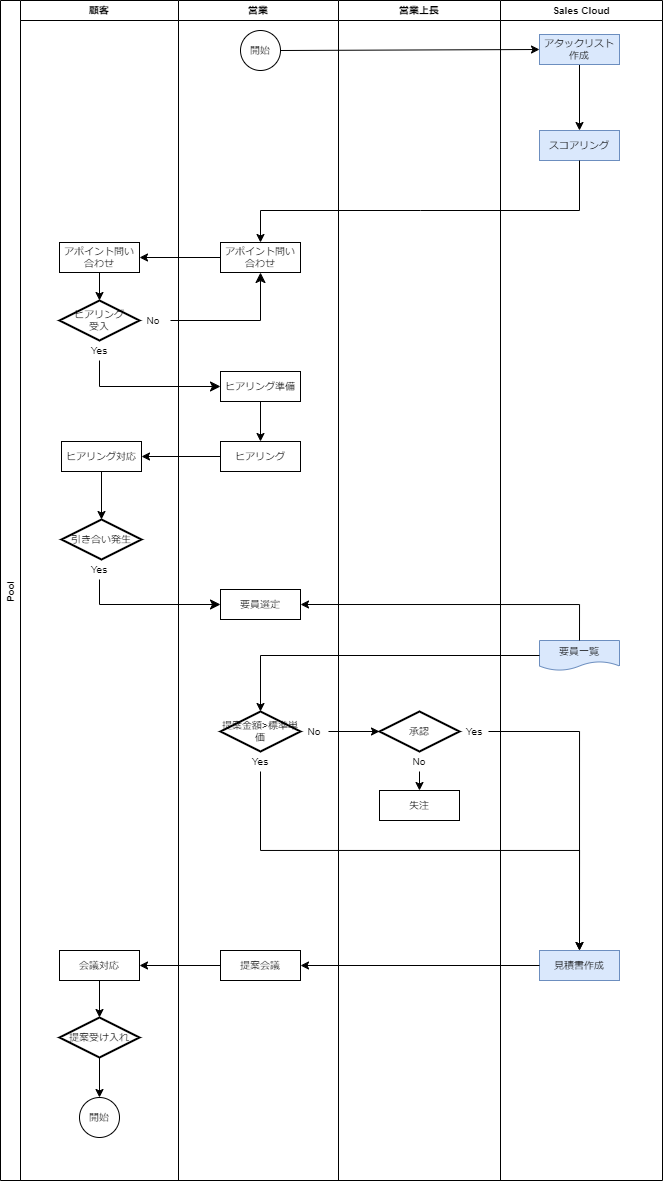
Above: ToBeワークフロー図_堀田20230613.drawio.png in TaikiHorita/TaikiRepository (draw.io), before the change. Source tidied: cells renumbered, new cells last; positions are measured from the earlier drawing's top-left corner, leaving out a move shared by most shapes.
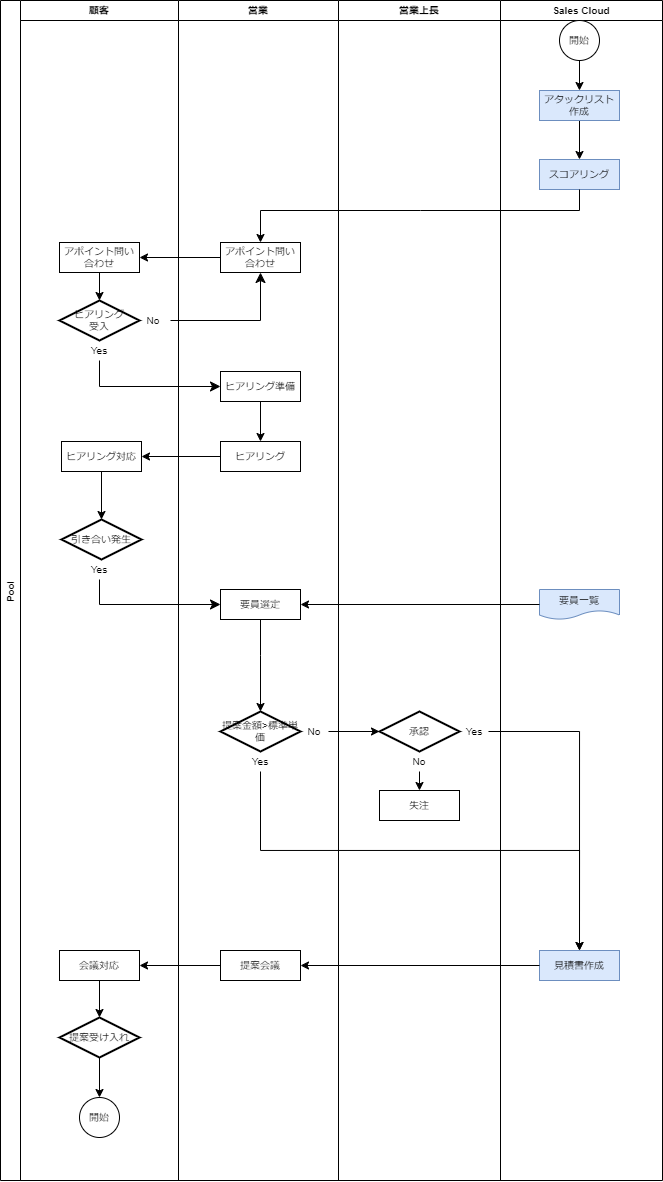
After the change.

Commit message:
ToBeワークフロー図_堀田20230613.drawio.png を更新します

The edit, as a diff of the source:
```diff
@@ -53,9 +53,6 @@
     <mxCell id="18" value="営業" style="swimlane;startSize=20;fontSize=10;" parent="2" vertex="1">
       <mxGeometry x="178" width="160" height="1180" as="geometry" />
     </mxCell>
-    <mxCell id="19" value="開始" style="ellipse;whiteSpace=wrap;html=1;fontSize=10;" parent="18" vertex="1">
-      <mxGeometry x="62" y="30" width="40" height="40" as="geometry" />
-    </mxCell>
     <mxCell id="20" value="アポイント問い合わせ" style="rounded=0;whiteSpace=wrap;html=1;fontSize=10;" parent="18" vertex="1">
       <mxGeometry x="42" y="242" width="80" height="30" as="geometry" />
     </mxCell>
@@ -83,6 +80,13 @@
     <mxCell id="28" value="Yes" style="text;strokeColor=none;align=center;fillColor=none;html=1;verticalAlign=middle;whiteSpace=wrap;rounded=0;fontSize=10;" parent="18" vertex="1">
       <mxGeometry x="68" y="751" width="28" height="20" as="geometry" />
     </mxCell>
+    <mxCell id="49" style="endArrow=classic;html=1;rounded=0;entryX=0.5;entryY=0;entryDx=0;entryDy=0;entryPerimeter=0;exitX=0.5;exitY=1;exitDx=0;exitDy=0;fontSize=10;" parent="18" edge="1" source="23" target="24">
+      <mxGeometry relative="1" as="geometry">
+        <Array as="points">
+          <mxPoint x="82" y="655" />
+        </Array>
+      </mxGeometry>
+    </mxCell>
     <mxCell id="29" value="営業上長" style="swimlane;startSize=20;fontSize=10;" parent="2" vertex="1">
       <mxGeometry x="338" width="162" height="1180" as="geometry" />
     </mxCell>
@@ -139,10 +143,10 @@
       <mxGeometry x="500" width="162" height="1180" as="geometry" />
     </mxCell>
     <mxCell id="43" value="スコアリング" style="rounded=0;whiteSpace=wrap;html=1;fillColor=#dae8fc;strokeColor=#6c8ebf;fontSize=10;" parent="42" vertex="1">
-      <mxGeometry x="39" y="130" width="80" height="30" as="geometry" />
+      <mxGeometry x="39" y="159" width="80" height="30" as="geometry" />
     </mxCell>
     <mxCell id="44" value="要員一覧" style="shape=document;whiteSpace=wrap;html=1;boundedLbl=1;fillColor=#dae8fc;strokeColor=#6c8ebf;fontSize=10;" parent="42" vertex="1">
-      <mxGeometry x="39" y="640" width="80" height="30" as="geometry" />
+      <mxGeometry x="39" y="589" width="80" height="30" as="geometry" />
     </mxCell>
     <mxCell id="45" value="見積書作成" style="rounded=0;whiteSpace=wrap;html=1;fillColor=#dae8fc;strokeColor=#6c8ebf;fontSize=10;" parent="42" vertex="1">
       <mxGeometry x="39" y="950" width="80" height="30" as="geometry" />
@@ -151,8 +155,14 @@
       <mxGeometry relative="1" as="geometry" />
     </mxCell>
     <mxCell id="47" value="アタックリスト作成" style="rounded=0;whiteSpace=wrap;html=1;fontSize=10;fillColor=#dae8fc;strokeColor=#6c8ebf;" parent="42" vertex="1">
-      <mxGeometry x="39" y="34" width="80" height="30" as="geometry" />
+      <mxGeometry x="39" y="90" width="80" height="30" as="geometry" />
     </mxCell>
+    <mxCell id="19" value="開始" style="ellipse;whiteSpace=wrap;html=1;fontSize=10;" parent="42" vertex="1">
+      <mxGeometry x="59" y="20" width="40" height="40" as="geometry" />
+    </mxCell>
+    <mxCell id="53" style="endArrow=classic;html=1;rounded=0;exitX=0.5;exitY=1;exitDx=0;exitDy=0;entryX=0.5;entryY=0;entryDx=0;entryDy=0;fontSize=10;" parent="42" edge="1" source="19" target="47">
+      <mxGeometry relative="1" as="geometry" />
+    </mxCell>
     <mxCell id="48" style="endArrow=classic;html=1;rounded=0;exitX=0.5;exitY=1;exitDx=0;exitDy=0;entryX=0.5;entryY=0;entryDx=0;entryDy=0;fontSize=10;" parent="1" edge="1" source="43" target="20">
       <mxGeometry relative="1" as="geometry">
         <Array as="points">
@@ -162,13 +172,6 @@
         </Array>
       </mxGeometry>
     </mxCell>
-    <mxCell id="49" style="endArrow=classic;html=1;rounded=0;entryX=0.5;entryY=0;entryDx=0;entryDy=0;entryPerimeter=0;exitX=0;exitY=0.5;exitDx=0;exitDy=0;fontSize=10;" parent="1" edge="1" source="44" target="24">
-      <mxGeometry relative="1" as="geometry">
-        <Array as="points">
-          <mxPoint x="260" y="655" />
-        </Array>
-      </mxGeometry>
-    </mxCell>
     <mxCell id="50" style="edgeStyle=orthogonalEdgeStyle;rounded=0;jettySize=auto;html=1;exitX=0.5;exitY=1;exitDx=0;exitDy=0;entryX=0.5;entryY=0;entryDx=0;entryDy=0;fontSize=10;" parent="1" edge="1" source="28" target="45">
       <mxGeometry relative="1" as="geometry">
         <Array as="points">
@@ -183,10 +186,7 @@
     <mxCell id="52" style="edgeStyle=orthogonalEdgeStyle;rounded=0;jettySize=auto;html=1;exitX=0;exitY=0.5;exitDx=0;exitDy=0;entryX=1;entryY=0.5;entryDx=0;entryDy=0;fontSize=10;" parent="1" edge="1" source="45" target="25">
       <mxGeometry relative="1" as="geometry" />
     </mxCell>
-    <mxCell id="53" style="endArrow=classic;html=1;rounded=0;exitX=1;exitY=0.5;exitDx=0;exitDy=0;entryX=0;entryY=0.5;entryDx=0;entryDy=0;fontSize=10;" parent="1" edge="1" source="19" target="47">
-      <mxGeometry relative="1" as="geometry" />
-    </mxCell>
-    <mxCell id="54" style="edgeStyle=orthogonalEdgeStyle;rounded=0;jettySize=auto;html=1;exitX=0.5;exitY=0;exitDx=0;exitDy=0;entryX=1;entryY=0.5;entryDx=0;entryDy=0;" parent="1" edge="1" source="44" target="23">
+    <mxCell id="54" style="edgeStyle=orthogonalEdgeStyle;rounded=0;jettySize=auto;html=1;exitX=0;exitY=0.5;exitDx=0;exitDy=0;entryX=1;entryY=0.5;entryDx=0;entryDy=0;" parent="1" edge="1" source="44" target="23">
       <mxGeometry relative="1" as="geometry" />
     </mxCell>
   </root>
```
